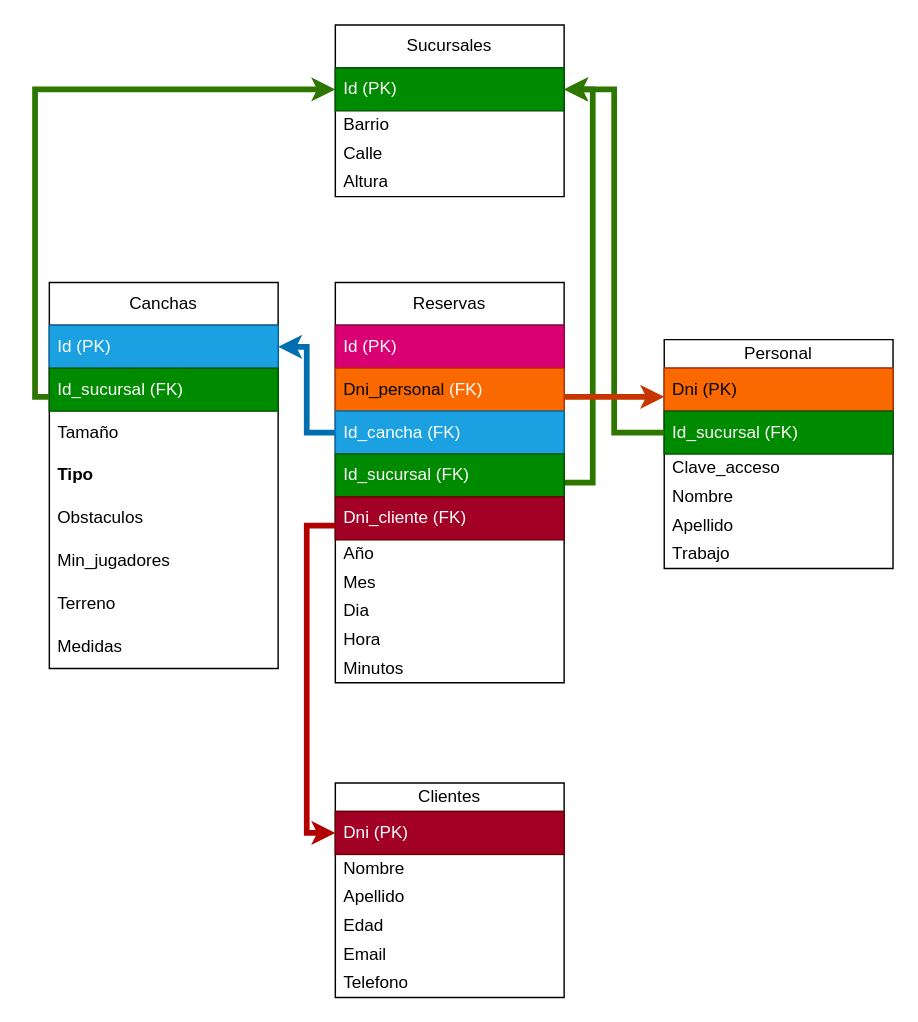
Earlier version of the draw.io diagram Diagramas/Sql.drawio (RaulMartinezYT/Balines-mojados). Source tidied: cells renumbered, new cells numbered last; positions are measured from the earlier drawing's top-left corner, leaving out a move shared by most shapes. Both pictures are drawn from the tidied source at 143%, with x=0, y=0 at pixel (34, 24).
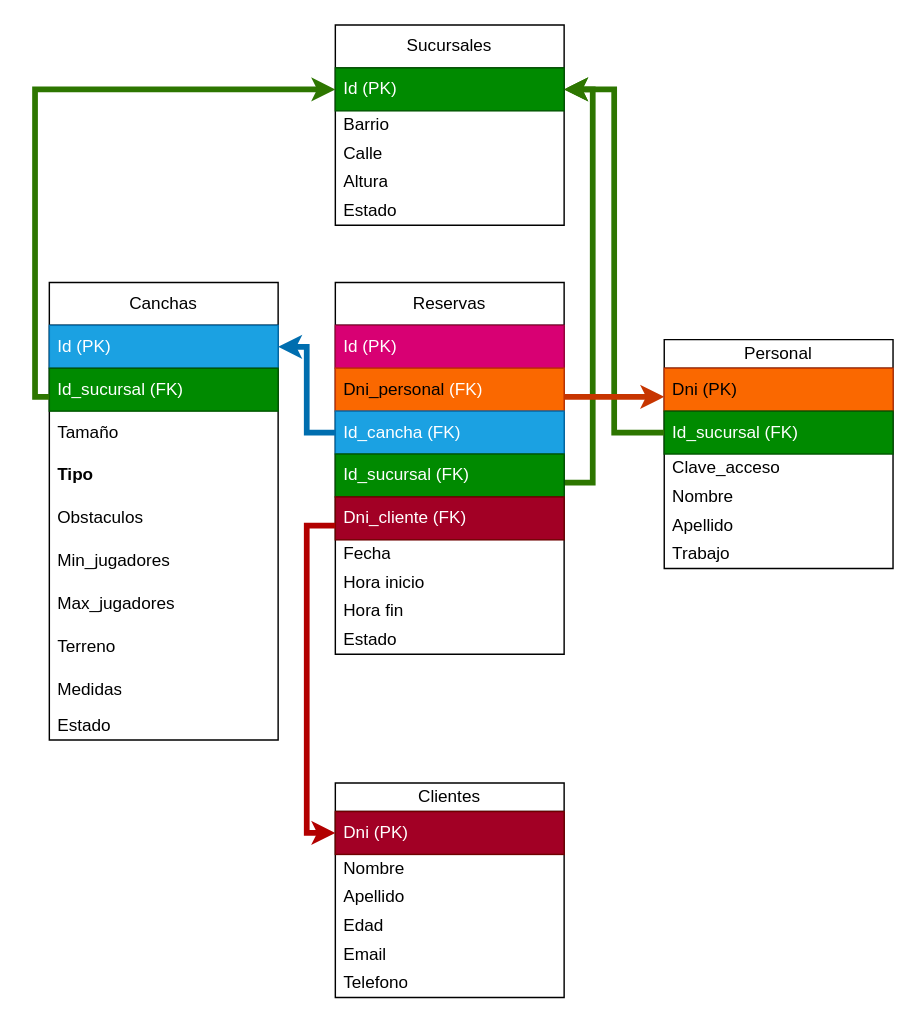
The same page after the edit.

Change to the diagram source:
```diff
@@
     <mxCell id="3" value="Sucursales" style="swimlane;fontStyle=0;horizontal=1;startSize=30;whiteSpace=wrap;html=1;" parent="1" vertex="1">
-      <mxGeometry x="210" width="160" height="120" as="geometry" />
+      <mxGeometry x="210" width="160" height="140" as="geometry" />
     </mxCell>
@@
+    <mxCell id="47" value="Estado" style="text;align=left;verticalAlign=middle;spacingLeft=4;spacingRight=4;overflow=hidden;whiteSpace=wrap;html=1;" parent="3" vertex="1">
+      <mxGeometry y="120" width="160" height="20" as="geometry" />
+    </mxCell>
@@
     <mxCell id="15" value="Canchas" style="swimlane;fontStyle=0;horizontal=1;startSize=30;whiteSpace=wrap;html=1;" parent="1" vertex="1">
-      <mxGeometry x="10" y="180" width="160" height="270" as="geometry" />
+      <mxGeometry x="10" y="180" width="160" height="320" as="geometry" />
     </mxCell>
@@
+    <mxCell id="48" value="Max_jugadores" style="text;align=left;verticalAlign=middle;spacingLeft=4;spacingRight=4;overflow=hidden;whiteSpace=wrap;html=1;" parent="15" vertex="1">
+      <mxGeometry y="210" width="160" height="30" as="geometry" />
+    </mxCell>
     <mxCell id="22" value="Terreno" style="text;align=left;verticalAlign=middle;spacingLeft=4;spacingRight=4;overflow=hidden;whiteSpace=wrap;html=1;" parent="15" vertex="1">
-      <mxGeometry y="210" width="160" height="30" as="geometry" />
+      <mxGeometry y="240" width="160" height="30" as="geometry" />
     </mxCell>
     <mxCell id="23" value="Medidas" style="text;align=left;verticalAlign=middle;spacingLeft=4;spacingRight=4;overflow=hidden;whiteSpace=wrap;html=1;" parent="15" vertex="1">
-      <mxGeometry y="240" width="160" height="30" as="geometry" />
+      <mxGeometry y="270" width="160" height="30" as="geometry" />
     </mxCell>
+    <mxCell id="49" value="Estado" style="text;align=left;verticalAlign=middle;spacingLeft=4;spacingRight=4;overflow=hidden;whiteSpace=wrap;html=1;" parent="15" vertex="1">
+      <mxGeometry y="300" width="160" height="20" as="geometry" />
+    </mxCell>
     <mxCell id="24" value="Reservas" style="swimlane;fontStyle=0;horizontal=1;startSize=30;whiteSpace=wrap;html=1;" parent="1" vertex="1">
-      <mxGeometry x="210" y="180" width="160" height="280" as="geometry" />
+      <mxGeometry x="210" y="180" width="160" height="260" as="geometry" />
     </mxCell>
@@
-    <mxCell id="30" value="Año" style="text;align=left;verticalAlign=middle;spacingLeft=4;spacingRight=4;overflow=hidden;whiteSpace=wrap;html=1;" parent="24" vertex="1">
+    <mxCell id="30" value="Fecha" style="text;align=left;verticalAlign=middle;spacingLeft=4;spacingRight=4;overflow=hidden;whiteSpace=wrap;html=1;" parent="24" vertex="1">
       <mxGeometry y="180" width="160" height="20" as="geometry" />
     </mxCell>
-    <mxCell id="31" value="Mes" style="text;align=left;verticalAlign=middle;spacingLeft=4;spacingRight=4;overflow=hidden;whiteSpace=wrap;html=1;" parent="24" vertex="1">
+    <mxCell id="31" value="Hora inicio" style="text;align=left;verticalAlign=middle;spacingLeft=4;spacingRight=4;overflow=hidden;whiteSpace=wrap;html=1;" parent="24" vertex="1">
       <mxGeometry y="200" width="160" height="20" as="geometry" />
     </mxCell>
-    <mxCell id="32" value="Dia" style="text;align=left;verticalAlign=middle;spacingLeft=4;spacingRight=4;overflow=hidden;whiteSpace=wrap;html=1;" parent="24" vertex="1">
+    <mxCell id="32" value="Hora fin" style="text;align=left;verticalAlign=middle;spacingLeft=4;spacingRight=4;overflow=hidden;whiteSpace=wrap;html=1;" parent="24" vertex="1">
       <mxGeometry y="220" width="160" height="20" as="geometry" />
     </mxCell>
-    <mxCell id="33" value="Hora" style="text;align=left;verticalAlign=middle;spacingLeft=4;spacingRight=4;overflow=hidden;whiteSpace=wrap;html=1;" parent="24" vertex="1">
-      <mxGeometry y="240" width="160" height="20" as="geometry" />
-    </mxCell>
-    <mxCell id="34" value="Minutos" style="text;align=left;verticalAlign=middle;spacingLeft=4;spacingRight=4;overflow=hidden;whiteSpace=wrap;html=1;" parent="24" vertex="1">
-      <mxGeometry y="260" width="160" height="20" as="geometry" />
+    <mxCell id="34" value="Estado" style="text;align=left;verticalAlign=middle;spacingLeft=4;spacingRight=4;overflow=hidden;whiteSpace=wrap;html=1;" parent="24" vertex="1">
+      <mxGeometry y="240" width="160" height="20" as="geometry" />
     </mxCell>
```
